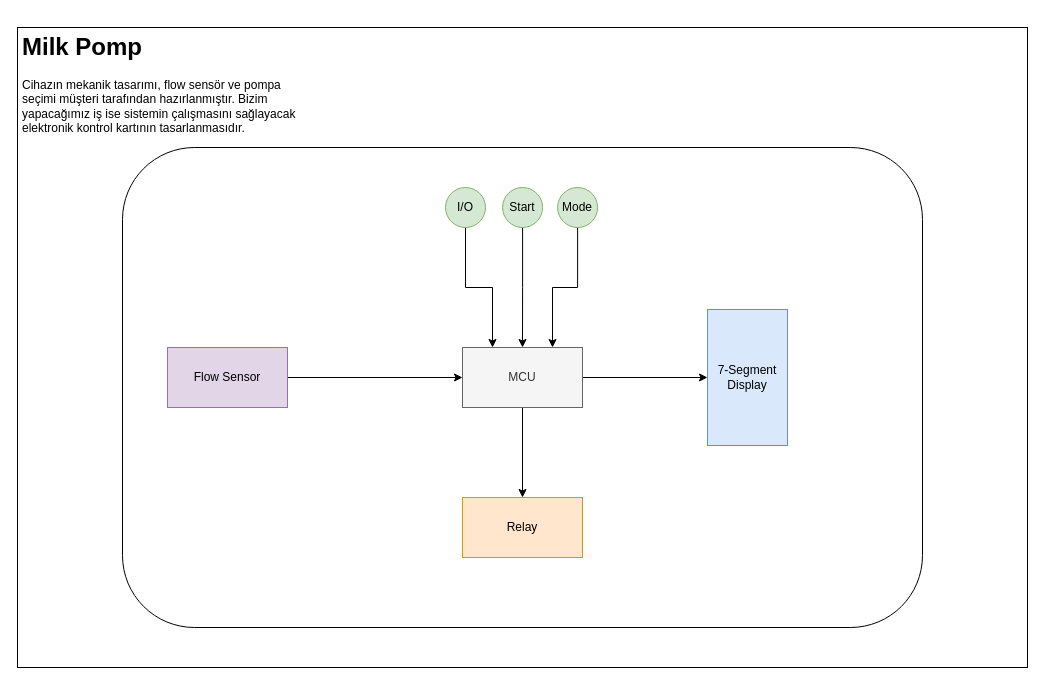
The draw.io diagram docs/block_diagram.drawio in karslioglu/MilkPomp, before the edit. Source tidied: cells renumbered, new cells numbered last; positions are measured from the earlier drawing's top-left corner, leaving out a move shared by most shapes. Both pictures are drawn from the tidied source at 100%, with x=0, y=0 at pixel (17, 27).
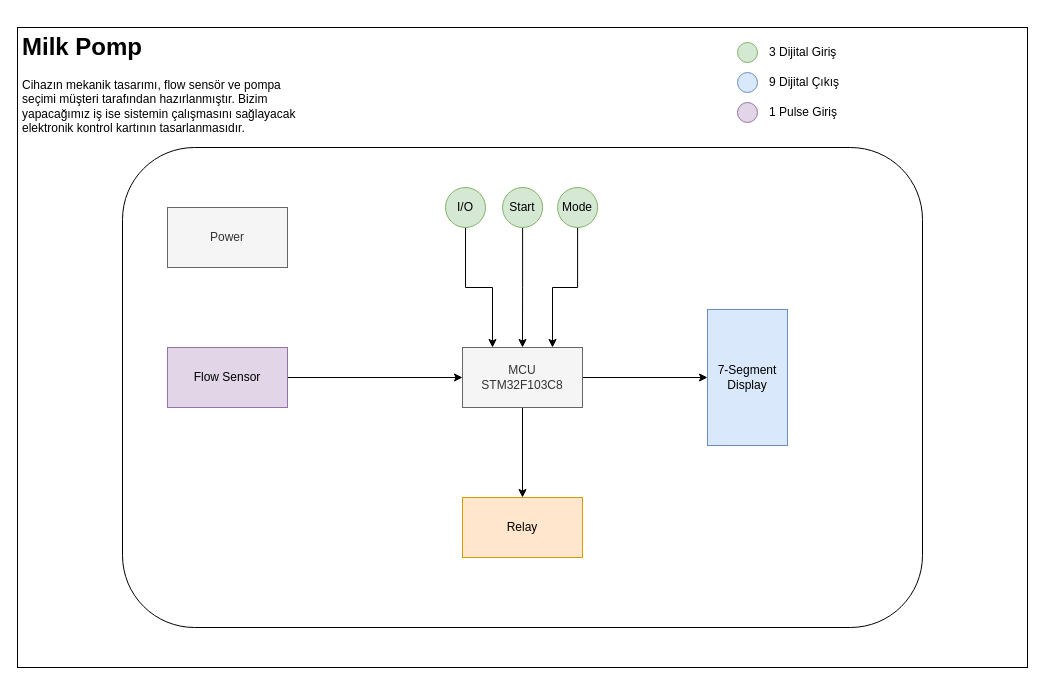
Above is the later version.

The change refers to these unchanged cells:
```xml
<mxCell id="3" style="group;" parent="2" vertex="1">
  <mxGeometry width="1010" height="640" as="geometry" />
</mxCell>
```

What changed in the source:
```diff
@@
-    <mxCell id="2" style="group;fillColor=#e1d5e7;strokeColor=#9673a6;" parent="1" vertex="1">
+    <mxCell id="2" style="group;fillColor=#f5f5f5;strokeColor=#666666;fontColor=#333333;" parent="1" vertex="1">
       <mxGeometry width="1010" height="640" as="geometry" />
     </mxCell>
@@
-    <mxCell id="9" value="MCU" style="rounded=0;whiteSpace=wrap;html=1;fillColor=#f5f5f5;fontColor=#333333;strokeColor=#666666;" parent="3" vertex="1">
+    <mxCell id="9" value="MCU&lt;br&gt;STM32F103C8" style="rounded=0;whiteSpace=wrap;html=1;fillColor=#f5f5f5;fontColor=#333333;strokeColor=#666666;" parent="3" vertex="1">
       <mxGeometry x="445" y="320" width="120" height="60" as="geometry" />
     </mxCell>
@@
+    <mxCell id="20" style="group;" parent="3" vertex="1">
+      <mxGeometry x="720" y="10" width="230" height="30" as="geometry" />
+    </mxCell>
+    <mxCell id="21" style="ellipse;whiteSpace=wrap;html=1;fillColor=#d5e8d4;strokeColor=#82b366;" parent="20" vertex="1">
+      <mxGeometry y="5" width="20" height="20" as="geometry" />
+    </mxCell>
+    <mxCell id="22" value="3 Dijital Giriş" style="text;html=1;strokeColor=none;fillColor=none;align=left;verticalAlign=middle;whiteSpace=wrap;rounded=0;" parent="20" vertex="1">
+      <mxGeometry x="30" width="200" height="30" as="geometry" />
+    </mxCell>
+    <mxCell id="23" style="ellipse;whiteSpace=wrap;html=1;fillColor=#dae8fc;strokeColor=#6c8ebf;" parent="3" vertex="1">
+      <mxGeometry x="720" y="45" width="20" height="20" as="geometry" />
+    </mxCell>
+    <mxCell id="24" value="9 Dijital Çıkış" style="text;html=1;strokeColor=none;fillColor=none;align=left;verticalAlign=middle;whiteSpace=wrap;rounded=0;" parent="3" vertex="1">
+      <mxGeometry x="750" y="40" width="200" height="30" as="geometry" />
+    </mxCell>
+    <mxCell id="25" style="ellipse;whiteSpace=wrap;html=1;fillColor=#e1d5e7;strokeColor=#9673a6;" parent="3" vertex="1">
+      <mxGeometry x="720" y="75" width="20" height="20" as="geometry" />
+    </mxCell>
+    <mxCell id="26" value="1 Pulse Giriş" style="text;html=1;strokeColor=none;fillColor=none;align=left;verticalAlign=middle;whiteSpace=wrap;rounded=0;" parent="3" vertex="1">
+      <mxGeometry x="750" y="70" width="200" height="30" as="geometry" />
+    </mxCell>
+    <mxCell id="27" value="Power" style="rounded=0;whiteSpace=wrap;html=1;fillColor=#f5f5f5;fontColor=#333333;strokeColor=#666666;" parent="3" vertex="1">
+      <mxGeometry x="150" y="180" width="120" height="60" as="geometry" />
+    </mxCell>
```
